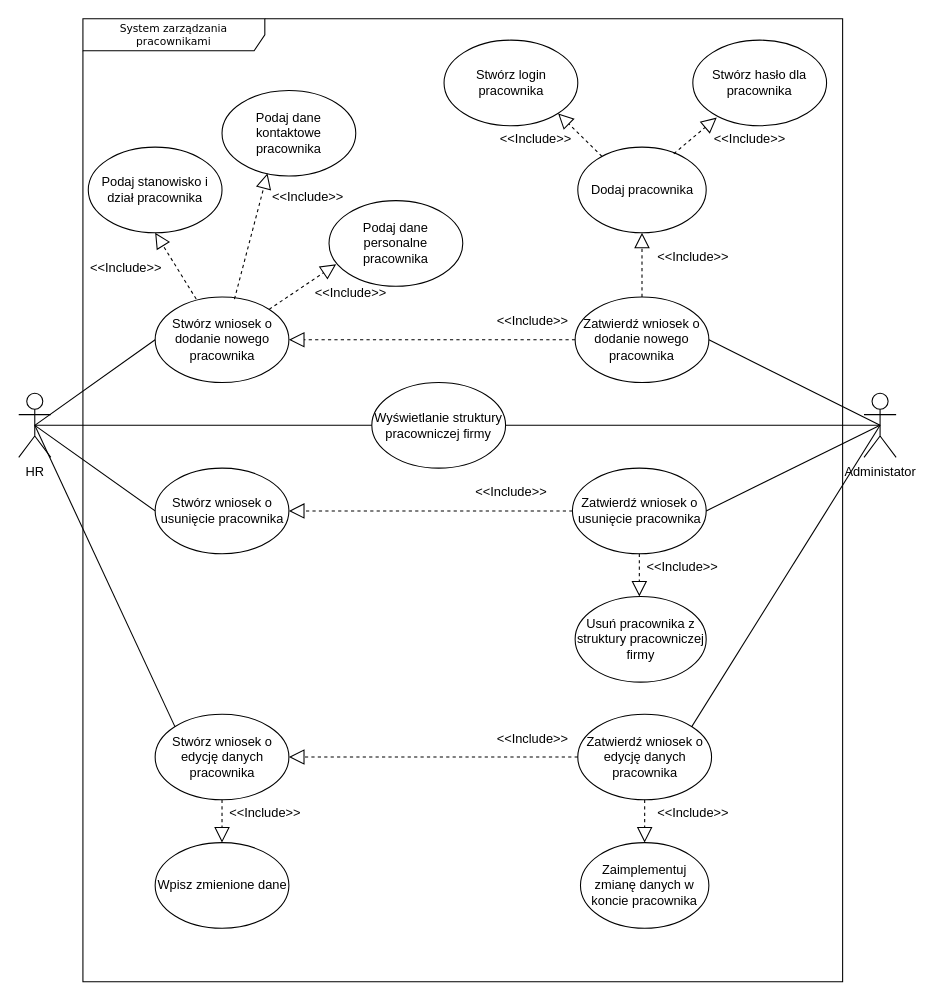
The draw.io diagram diagramy/zarzadzanie-pracownikami/diagram-przypadkow-system-zarzadzania-pracownikami.drawio in oswitek/project-diagrams, before the edit. Source tidied: cells renumbered, new cells numbered last; positions are measured from the earlier drawing's top-left corner, leaving out a move shared by most shapes. Both pictures are drawn from the tidied source at 107%, with x=0, y=0 at pixel (18, 18).
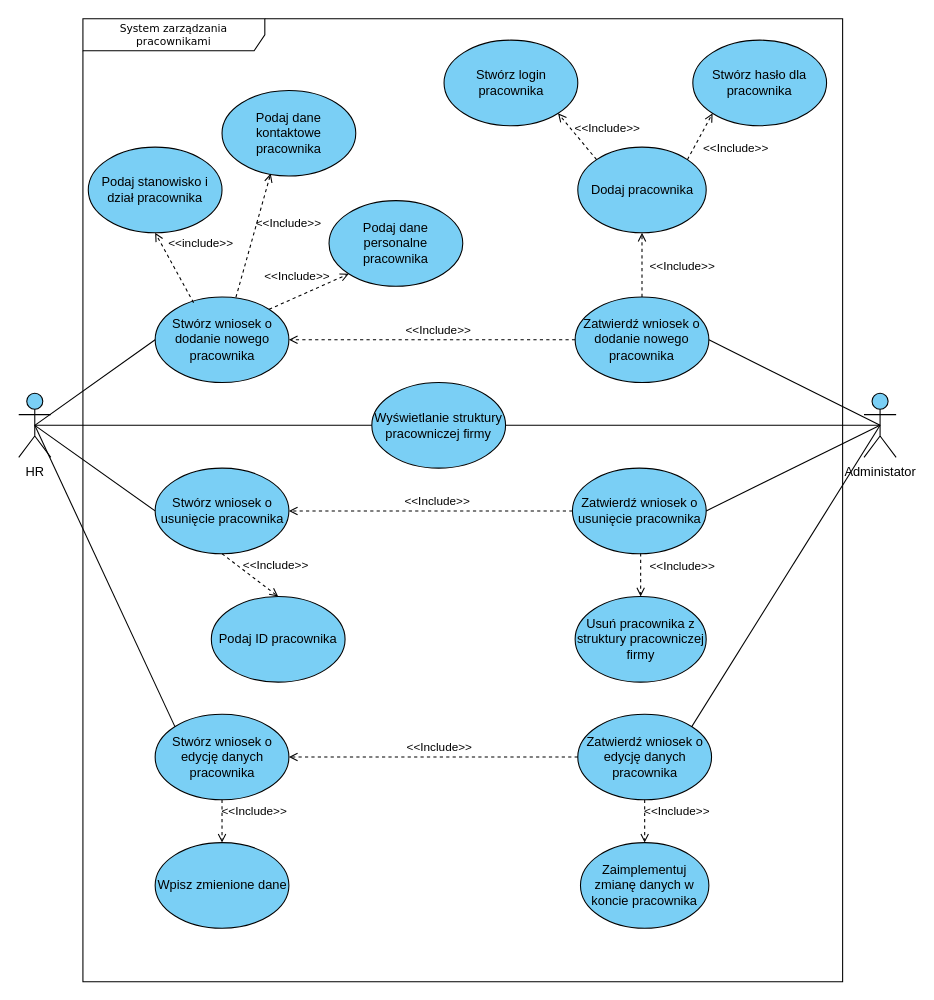
Above is the later version.

What changed in the source:
```diff
@@
-    <mxCell id="3" value="Administator" style="shape=umlActor;verticalLabelPosition=bottom;verticalAlign=top;html=1;" parent="1" vertex="1">
+    <mxCell id="3" value="Administator" style="shape=umlActor;verticalLabelPosition=bottom;verticalAlign=top;html=1;fillColor=light-dark(#7ACFF5,var(--ge-dark-color, #121212));" parent="1" vertex="1">
       <mxGeometry x="790" y="350" width="30" height="60" as="geometry" />
     </mxCell>
@@
-    <mxCell id="5" value="HR" style="shape=umlActor;verticalLabelPosition=bottom;verticalAlign=top;html=1;" parent="1" vertex="1">
+    <mxCell id="5" value="HR" style="shape=umlActor;verticalLabelPosition=bottom;verticalAlign=top;html=1;fillColor=light-dark(#7ACFF5,var(--ge-dark-color, #121212));" parent="1" vertex="1">
       <mxGeometry y="350" width="30" height="60" as="geometry" />
     </mxCell>
-    <mxCell id="6" value="Zatwierdź wniosek o dodanie nowego pracownika" style="ellipse;whiteSpace=wrap;html=1;" parent="1" vertex="1">
+    <mxCell id="6" value="Zatwierdź wniosek o dodanie nowego pracownika" style="ellipse;whiteSpace=wrap;html=1;fillColor=light-dark(#7ACFF5,var(--ge-dark-color, #121212));" parent="1" vertex="1">
       <mxGeometry x="520" y="260" width="125" height="80" as="geometry" />
     </mxCell>
-    <mxCell id="7" value="&amp;lt;&amp;lt;Include&amp;gt;&amp;gt;" style="text;align=center;fontStyle=0;verticalAlign=middle;spacingLeft=3;spacingRight=3;strokeColor=none;html=1;" parent="1" vertex="1">
-      <mxGeometry x="60" y="220" width="80" height="26" as="geometry" />
-    </mxCell>
-    <mxCell id="8" value="Zatwierdź wniosek o edycję danych pracownika" style="ellipse;whiteSpace=wrap;html=1;" parent="1" vertex="1">
+    <mxCell id="8" value="Zatwierdź wniosek o edycję danych pracownika" style="ellipse;whiteSpace=wrap;html=1;fillColor=light-dark(#7ACFF5,var(--ge-dark-color, #121212));" parent="1" vertex="1">
       <mxGeometry x="522.5" y="650" width="125" height="80" as="geometry" />
     </mxCell>
-    <mxCell id="9" value="Stwórz hasło dla pracownika" style="ellipse;whiteSpace=wrap;html=1;" parent="1" vertex="1">
+    <mxCell id="9" value="Stwórz hasło dla pracownika" style="ellipse;whiteSpace=wrap;html=1;fillColor=light-dark(#7ACFF5,var(--ge-dark-color, #121212));" parent="1" vertex="1">
       <mxGeometry x="630" y="20" width="125" height="80" as="geometry" />
     </mxCell>
-    <mxCell id="10" value="Stwórz login pracownika" style="ellipse;whiteSpace=wrap;html=1;" parent="1" vertex="1">
+    <mxCell id="10" value="Stwórz login pracownika" style="ellipse;whiteSpace=wrap;html=1;fillColor=light-dark(#7ACFF5,var(--ge-dark-color, #121212));" parent="1" vertex="1">
       <mxGeometry x="397.5" y="20" width="125" height="80" as="geometry" />
     </mxCell>
-    <mxCell id="11" value="Podaj stanowisko i dział pracownika" style="ellipse;whiteSpace=wrap;html=1;" parent="1" vertex="1">
+    <mxCell id="11" value="Podaj stanowisko i dział pracownika" style="ellipse;whiteSpace=wrap;html=1;fillColor=light-dark(#7ACFF5,var(--ge-dark-color, #121212));" parent="1" vertex="1">
       <mxGeometry x="65" y="120" width="125" height="80" as="geometry" />
     </mxCell>
-    <mxCell id="12" value="Podaj dane kontaktowe pracownika" style="ellipse;whiteSpace=wrap;html=1;" parent="1" vertex="1">
+    <mxCell id="12" value="Podaj dane kontaktowe pracownika" style="ellipse;whiteSpace=wrap;html=1;fillColor=light-dark(#7ACFF5,var(--ge-dark-color, #121212));" parent="1" vertex="1">
       <mxGeometry x="190" y="67" width="125" height="80" as="geometry" />
     </mxCell>
-    <mxCell id="13" value="Podaj dane personalne pracownika" style="ellipse;whiteSpace=wrap;html=1;" parent="1" vertex="1">
+    <mxCell id="13" value="Podaj dane personalne pracownika" style="ellipse;whiteSpace=wrap;html=1;fillColor=light-dark(#7ACFF5,var(--ge-dark-color, #121212));" parent="1" vertex="1">
       <mxGeometry x="290" y="170" width="125" height="80" as="geometry" />
     </mxCell>
-    <mxCell id="14" value="Stwórz wniosek o dodanie nowego pracownika" style="ellipse;whiteSpace=wrap;html=1;" parent="1" vertex="1">
+    <mxCell id="14" value="Stwórz wniosek o dodanie nowego pracownika" style="ellipse;whiteSpace=wrap;html=1;fillColor=light-dark(#7ACFF5,var(--ge-dark-color, #121212));" parent="1" vertex="1">
       <mxGeometry x="127.5" y="260" width="125" height="80" as="geometry" />
     </mxCell>
-    <mxCell id="15" value="Stwórz wniosek o edycję danych pracownika" style="ellipse;whiteSpace=wrap;html=1;" parent="1" vertex="1">
+    <mxCell id="15" value="Stwórz wniosek o edycję danych pracownika" style="ellipse;whiteSpace=wrap;html=1;fillColor=light-dark(#7ACFF5,var(--ge-dark-color, #121212));" parent="1" vertex="1">
       <mxGeometry x="127.5" y="650" width="125" height="80" as="geometry" />
     </mxCell>
@@
-    <mxCell id="18" value="Wyświetlanie struktury pracowniczej firmy" style="ellipse;whiteSpace=wrap;html=1;" parent="1" vertex="1">
+    <mxCell id="18" value="Wyświetlanie struktury pracowniczej firmy" style="ellipse;whiteSpace=wrap;html=1;fillColor=light-dark(#7ACFF5,var(--ge-dark-color, #121212));" parent="1" vertex="1">
       <mxGeometry x="330" y="340" width="125" height="80" as="geometry" />
     </mxCell>
@@
-    <mxCell id="21" style="endArrow=block;dashed=1;endFill=0;endSize=12;html=1;rounded=0;exitX=0.307;exitY=0.025;exitDx=0;exitDy=0;exitPerimeter=0;entryX=0.5;entryY=1;entryDx=0;entryDy=0;" parent="1" edge="1" source="14" target="11">
-      <mxGeometry relative="1" as="geometry" />
-    </mxCell>
-    <mxCell id="22" style="endArrow=block;dashed=1;endFill=0;endSize=12;html=1;rounded=0;exitX=0.593;exitY=0.025;exitDx=0;exitDy=0;entryX=0.34;entryY=0.969;entryDx=0;entryDy=0;exitPerimeter=0;entryPerimeter=0;" parent="1" edge="1" source="14" target="12">
-      <mxGeometry relative="1" as="geometry" />
-    </mxCell>
-    <mxCell id="23" value="&amp;lt;&amp;lt;Include&amp;gt;&amp;gt;" style="text;align=center;fontStyle=0;verticalAlign=middle;spacingLeft=3;spacingRight=3;strokeColor=none;html=1;" parent="1" vertex="1">
-      <mxGeometry x="230" y="154" width="80" height="26" as="geometry" />
-    </mxCell>
-    <mxCell id="24" style="endArrow=block;dashed=1;endFill=0;endSize=12;html=1;rounded=0;exitX=0;exitY=0.5;exitDx=0;exitDy=0;entryX=1;entryY=0.5;entryDx=0;entryDy=0;" parent="1" edge="1" source="6" target="14">
-      <mxGeometry relative="1" as="geometry" />
-    </mxCell>
@@
-    <mxCell id="26" value="&amp;lt;&amp;lt;Include&amp;gt;&amp;gt;" style="text;align=center;fontStyle=0;verticalAlign=middle;spacingLeft=3;spacingRight=3;strokeColor=none;html=1;" parent="1" vertex="1">
-      <mxGeometry x="440" y="270" width="80" height="26" as="geometry" />
-    </mxCell>
-    <mxCell id="27" value="&amp;lt;&amp;lt;Include&amp;gt;&amp;gt;" style="text;align=center;fontStyle=0;verticalAlign=middle;spacingLeft=3;spacingRight=3;strokeColor=none;html=1;" parent="1" vertex="1">
-      <mxGeometry x="442.5" y="100" width="80" height="26" as="geometry" />
-    </mxCell>
-    <mxCell id="28" value="&amp;lt;&amp;lt;Include&amp;gt;&amp;gt;" style="text;align=center;fontStyle=0;verticalAlign=middle;spacingLeft=3;spacingRight=3;strokeColor=none;html=1;" parent="1" vertex="1">
-      <mxGeometry x="642.5" y="100" width="80" height="26" as="geometry" />
-    </mxCell>
@@
-    <mxCell id="30" style="endArrow=block;dashed=1;endFill=0;endSize=12;html=1;rounded=0;entryX=1;entryY=0.5;entryDx=0;entryDy=0;exitX=0;exitY=0.5;exitDx=0;exitDy=0;" parent="1" edge="1" source="8" target="15">
-      <mxGeometry relative="1" as="geometry" />
-    </mxCell>
-    <mxCell id="31" value="Wpisz zmienione dane" style="ellipse;whiteSpace=wrap;html=1;" parent="1" vertex="1">
+    <mxCell id="31" value="Wpisz zmienione dane" style="ellipse;whiteSpace=wrap;html=1;fillColor=light-dark(#7ACFF5,var(--ge-dark-color, #121212));" parent="1" vertex="1">
       <mxGeometry x="127.5" y="770" width="125" height="80" as="geometry" />
     </mxCell>
-    <mxCell id="32" value="Zaimplementuj zmianę danych w koncie pracownika" style="ellipse;whiteSpace=wrap;html=1;" parent="1" vertex="1">
+    <mxCell id="32" value="Zaimplementuj zmianę danych w koncie pracownika" style="ellipse;whiteSpace=wrap;html=1;fillColor=light-dark(#7ACFF5,var(--ge-dark-color, #121212));" parent="1" vertex="1">
       <mxGeometry x="525" y="770" width="120" height="80" as="geometry" />
     </mxCell>
-    <mxCell id="33" style="endArrow=block;dashed=1;endFill=0;endSize=12;html=1;rounded=0;entryX=0.5;entryY=0;entryDx=0;entryDy=0;exitX=0.5;exitY=1;exitDx=0;exitDy=0;" parent="1" edge="1" source="8" target="32">
-      <mxGeometry relative="1" as="geometry" />
-    </mxCell>
-    <mxCell id="34" value="&amp;lt;&amp;lt;Include&amp;gt;&amp;gt;" style="text;align=center;fontStyle=0;verticalAlign=middle;spacingLeft=3;spacingRight=3;strokeColor=none;html=1;" parent="1" vertex="1">
-      <mxGeometry x="590" y="730" width="80" height="26" as="geometry" />
-    </mxCell>
-    <mxCell id="35" style="endArrow=block;dashed=1;endFill=0;endSize=12;html=1;rounded=0;entryX=0.5;entryY=0;entryDx=0;entryDy=0;exitX=0.5;exitY=1;exitDx=0;exitDy=0;" parent="1" edge="1" source="15" target="31">
-      <mxGeometry relative="1" as="geometry" />
-    </mxCell>
-    <mxCell id="36" value="&amp;lt;&amp;lt;Include&amp;gt;&amp;gt;" style="text;align=center;fontStyle=0;verticalAlign=middle;spacingLeft=3;spacingRight=3;strokeColor=none;html=1;" parent="1" vertex="1">
-      <mxGeometry x="190" y="730" width="80" height="26" as="geometry" />
-    </mxCell>
-    <mxCell id="37" value="&amp;lt;&amp;lt;Include&amp;gt;&amp;gt;" style="text;align=center;fontStyle=0;verticalAlign=middle;spacingLeft=3;spacingRight=3;strokeColor=none;html=1;" parent="1" vertex="1">
-      <mxGeometry x="440" y="660" width="80" height="26" as="geometry" />
-    </mxCell>
-    <mxCell id="38" value="Stwórz wniosek o usunięcie pracownika" style="ellipse;whiteSpace=wrap;html=1;" parent="1" vertex="1">
+    <mxCell id="38" value="Stwórz wniosek o usunięcie pracownika" style="ellipse;whiteSpace=wrap;html=1;fillColor=light-dark(#7ACFF5,var(--ge-dark-color, #121212));" parent="1" vertex="1">
       <mxGeometry x="127.5" y="420" width="125" height="80" as="geometry" />
     </mxCell>
-    <mxCell id="39" value="Zatwierdź wniosek o usunięcie pracownika" style="ellipse;whiteSpace=wrap;html=1;" parent="1" vertex="1">
+    <mxCell id="39" value="Zatwierdź wniosek o usunięcie pracownika" style="ellipse;whiteSpace=wrap;html=1;fillColor=light-dark(#7ACFF5,var(--ge-dark-color, #121212));" parent="1" vertex="1">
       <mxGeometry x="517.5" y="420" width="125" height="80" as="geometry" />
     </mxCell>
@@
+    <mxCell id="44" value="Dodaj pracownika" style="ellipse;whiteSpace=wrap;html=1;fillColor=light-dark(#7ACFF5,var(--ge-dark-color, #121212));" parent="1" vertex="1">
+      <mxGeometry x="522.5" y="120" width="120" height="80" as="geometry" />
+    </mxCell>
+    <mxCell id="51" value="Usuń pracownika z struktury pracowniczej firmy" style="ellipse;whiteSpace=wrap;html=1;fillColor=light-dark(#7ACFF5,var(--ge-dark-color, #121212));" parent="1" vertex="1">
+      <mxGeometry x="520" y="540" width="122.5" height="80" as="geometry" />
+    </mxCell>
+    <mxCell id="54" value="&amp;lt;&amp;lt;Include&amp;gt;&amp;gt;" style="html=1;verticalAlign=bottom;labelBackgroundColor=none;endArrow=open;endFill=0;dashed=1;rounded=0;exitX=0.51;exitY=0.996;exitDx=0;exitDy=0;entryX=0.5;entryY=0;entryDx=0;entryDy=0;exitPerimeter=0;" parent="1" edge="1" source="39" target="51">
+      <mxGeometry x="0.06" y="39" relative="1" as="geometry" />
+    </mxCell>
-    <mxCell id="42" style="endArrow=block;dashed=1;endFill=0;endSize=12;html=1;rounded=0;exitX=0;exitY=0.5;exitDx=0;exitDy=0;entryX=1;entryY=0.5;entryDx=0;entryDy=0;" parent="1" edge="1" source="39" target="38">
-      <mxGeometry relative="1" as="geometry" />
+    <mxCell id="42" value="&amp;lt;&amp;lt;Include&amp;gt;&amp;gt;" style="html=1;verticalAlign=bottom;labelBackgroundColor=none;endArrow=open;endFill=0;dashed=1;rounded=0;exitX=0;exitY=0.5;exitDx=0;exitDy=0;entryX=1;entryY=0.5;entryDx=0;entryDy=0;" parent="1" edge="1" source="39" target="38">
+      <mxGeometry x="-0.04" relative="1" as="geometry" />
     </mxCell>
-    <mxCell id="43" value="&amp;lt;&amp;lt;Include&amp;gt;&amp;gt;" style="text;align=center;fontStyle=0;verticalAlign=middle;spacingLeft=3;spacingRight=3;strokeColor=none;html=1;" parent="1" vertex="1">
-      <mxGeometry x="420" y="430" width="80" height="26" as="geometry" />
-    </mxCell>
-    <mxCell id="44" value="Dodaj pracownika" style="ellipse;whiteSpace=wrap;html=1;" parent="1" vertex="1">
-      <mxGeometry x="522.5" y="120" width="120" height="80" as="geometry" />
-    </mxCell>
+    <mxCell id="30" value="&amp;lt;&amp;lt;Include&amp;gt;&amp;gt;" style="html=1;verticalAlign=bottom;labelBackgroundColor=none;endArrow=open;endFill=0;dashed=1;rounded=0;exitX=0;exitY=0.5;exitDx=0;exitDy=0;entryX=1;entryY=0.5;entryDx=0;entryDy=0;" parent="1" edge="1" source="8" target="15">
+      <mxGeometry x="-0.04" relative="1" as="geometry" />
+    </mxCell>
+    <mxCell id="24" value="&amp;lt;&amp;lt;Include&amp;gt;&amp;gt;" style="html=1;verticalAlign=bottom;labelBackgroundColor=none;endArrow=open;endFill=0;dashed=1;rounded=0;exitX=0;exitY=0.5;exitDx=0;exitDy=0;entryX=1;entryY=0.5;entryDx=0;entryDy=0;" parent="1" edge="1" source="6" target="14">
+      <mxGeometry x="-0.04" relative="1" as="geometry" />
+    </mxCell>
-    <mxCell id="45" style="endArrow=block;dashed=1;endFill=0;endSize=12;html=1;rounded=0;exitX=1;exitY=0;exitDx=0;exitDy=0;entryX=0.053;entryY=0.744;entryDx=0;entryDy=0;entryPerimeter=0;" parent="1" edge="1" source="14" target="13">
-      <mxGeometry relative="1" as="geometry" />
+    <mxCell id="45" value="&amp;lt;&amp;lt;Include&amp;gt;&amp;gt;" style="html=1;verticalAlign=bottom;labelBackgroundColor=none;endArrow=open;endFill=0;dashed=1;rounded=0;entryX=0;entryY=1;entryDx=0;entryDy=0;exitX=1;exitY=0;exitDx=0;exitDy=0;" parent="1" edge="1" source="14" target="13">
+      <mxGeometry x="-0.2" y="9" relative="1" as="geometry" />
     </mxCell>
-    <mxCell id="46" value="&amp;lt;&amp;lt;Include&amp;gt;&amp;gt;" style="text;align=center;fontStyle=0;verticalAlign=middle;spacingLeft=3;spacingRight=3;strokeColor=none;html=1;" parent="1" vertex="1">
-      <mxGeometry x="270" y="244" width="80" height="26" as="geometry" />
-    </mxCell>
+    <mxCell id="22" value="&amp;lt;&amp;lt;Include&amp;gt;&amp;gt;" style="html=1;verticalAlign=bottom;labelBackgroundColor=none;endArrow=open;endFill=0;dashed=1;rounded=0;entryX=0.364;entryY=0.972;entryDx=0;entryDy=0;exitX=0.604;exitY=0.004;exitDx=0;exitDy=0;entryPerimeter=0;exitPerimeter=0;" parent="1" edge="1" source="14" target="12">
+      <mxGeometry x="0.19" y="-31" relative="1" as="geometry" />
+    </mxCell>
+    <mxCell id="21" value="&amp;lt;&amp;lt;include&amp;gt;&amp;gt;" style="html=1;verticalAlign=bottom;labelBackgroundColor=none;endArrow=open;endFill=0;dashed=1;rounded=0;entryX=0.5;entryY=1;entryDx=0;entryDy=0;exitX=0.287;exitY=0.067;exitDx=0;exitDy=0;exitPerimeter=0;" parent="1" edge="1" source="14" target="11">
+      <mxGeometry x="-0.02" y="-28" relative="1" as="geometry" />
+    </mxCell>
-    <mxCell id="47" style="endArrow=block;dashed=1;endFill=0;endSize=12;html=1;rounded=0;exitX=0.5;exitY=0;exitDx=0;exitDy=0;entryX=0.5;entryY=1;entryDx=0;entryDy=0;" parent="1" edge="1" source="6" target="44">
-      <mxGeometry relative="1" as="geometry" />
+    <mxCell id="47" value="&amp;lt;&amp;lt;Include&amp;gt;&amp;gt;" style="html=1;verticalAlign=bottom;labelBackgroundColor=none;endArrow=open;endFill=0;dashed=1;rounded=0;entryX=0.5;entryY=1;entryDx=0;entryDy=0;exitX=0.5;exitY=0;exitDx=0;exitDy=0;" parent="1" edge="1" source="6" target="44">
+      <mxGeometry x="-0.33" y="-37" relative="1" as="geometry" />
     </mxCell>
-    <mxCell id="48" value="&amp;lt;&amp;lt;Include&amp;gt;&amp;gt;" style="text;align=center;fontStyle=0;verticalAlign=middle;spacingLeft=3;spacingRight=3;strokeColor=none;html=1;" parent="1" vertex="1">
-      <mxGeometry x="590" y="210" width="80" height="26" as="geometry" />
-    </mxCell>
-    <mxCell id="49" style="endArrow=block;dashed=1;endFill=0;endSize=12;html=1;rounded=0;exitX=0.748;exitY=0.077;exitDx=0;exitDy=0;entryX=0.179;entryY=0.905;entryDx=0;entryDy=0;entryPerimeter=0;exitPerimeter=0;" parent="1" edge="1" source="44" target="9">
-      <mxGeometry relative="1" as="geometry" />
+    <mxCell id="49" value="&amp;lt;&amp;lt;Include&amp;gt;&amp;gt;" style="html=1;verticalAlign=bottom;labelBackgroundColor=none;endArrow=open;endFill=0;dashed=1;rounded=0;entryX=0;entryY=1;entryDx=0;entryDy=0;exitX=1;exitY=0;exitDx=0;exitDy=0;" parent="1" edge="1" source="44" target="9">
+      <mxGeometry x="-0.07" y="-39" relative="1" as="geometry" />
     </mxCell>
-    <mxCell id="50" style="endArrow=block;dashed=1;endFill=0;endSize=12;html=1;rounded=0;exitX=0.188;exitY=0.107;exitDx=0;exitDy=0;entryX=1;entryY=1;entryDx=0;entryDy=0;exitPerimeter=0;" parent="1" edge="1" source="44" target="10">
-      <mxGeometry relative="1" as="geometry" />
+    <mxCell id="50" value="&amp;lt;&amp;lt;Include&amp;gt;&amp;gt;" style="html=1;verticalAlign=bottom;labelBackgroundColor=none;endArrow=open;endFill=0;dashed=1;rounded=0;entryX=1;entryY=1;entryDx=0;entryDy=0;exitX=0;exitY=0;exitDx=0;exitDy=0;" parent="1" edge="1" source="44" target="10">
+      <mxGeometry x="-0.63" y="-21" relative="1" as="geometry" />
     </mxCell>
-    <mxCell id="51" value="Usuń pracownika z struktury pracowniczej firmy" style="ellipse;whiteSpace=wrap;html=1;" parent="1" vertex="1">
-      <mxGeometry x="520" y="540" width="122.5" height="80" as="geometry" />
-    </mxCell>
-    <mxCell id="52" style="endArrow=block;dashed=1;endFill=0;endSize=12;html=1;rounded=0;exitX=0.5;exitY=1;exitDx=0;exitDy=0;" parent="1" edge="1" source="39">
-      <mxGeometry relative="1" as="geometry">
-        <mxPoint x="580" y="540" as="targetPoint" />
-      </mxGeometry>
-    </mxCell>
-    <mxCell id="53" value="&amp;lt;&amp;lt;Include&amp;gt;&amp;gt;" style="text;align=center;fontStyle=0;verticalAlign=middle;spacingLeft=3;spacingRight=3;strokeColor=none;html=1;" parent="1" vertex="1">
-      <mxGeometry x="580" y="500" width="80" height="26" as="geometry" />
-    </mxCell>
+    <mxCell id="35" value="&amp;lt;&amp;lt;Include&amp;gt;&amp;gt;" style="html=1;verticalAlign=bottom;labelBackgroundColor=none;endArrow=open;endFill=0;dashed=1;rounded=0;entryX=0.5;entryY=0;entryDx=0;entryDy=0;exitX=0.5;exitY=1;exitDx=0;exitDy=0;" parent="1" edge="1" source="15" target="31">
+      <mxGeometry y="30" relative="1" as="geometry" />
+    </mxCell>
+    <mxCell id="33" value="&amp;lt;&amp;lt;Include&amp;gt;&amp;gt;" style="html=1;verticalAlign=bottom;labelBackgroundColor=none;endArrow=open;endFill=0;dashed=1;rounded=0;entryX=0.5;entryY=0;entryDx=0;entryDy=0;exitX=0.5;exitY=1;exitDx=0;exitDy=0;" parent="1" edge="1" source="8" target="32">
+      <mxGeometry y="30" relative="1" as="geometry" />
+    </mxCell>
+    <mxCell id="55" value="Podaj ID pracownika" style="ellipse;whiteSpace=wrap;html=1;fillColor=light-dark(#7ACFF5,var(--ge-dark-color, #121212));" parent="1" vertex="1">
+      <mxGeometry x="180" y="540" width="125" height="80" as="geometry" />
+    </mxCell>
+    <mxCell id="56" value="&amp;lt;&amp;lt;Include&amp;gt;&amp;gt;" style="html=1;verticalAlign=bottom;labelBackgroundColor=none;endArrow=open;endFill=0;dashed=1;rounded=0;entryX=0.5;entryY=0;entryDx=0;entryDy=0;exitX=0.5;exitY=1;exitDx=0;exitDy=0;" parent="1" edge="1" source="38" target="55">
+      <mxGeometry x="0.57" y="14" relative="1" as="geometry" />
+    </mxCell>
```
